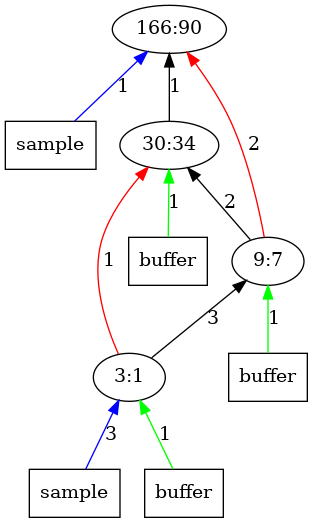
This is outputImages/op90.png.png from AbhikKhan/MTP_IITG, a Graphviz export, as it was before one commit. Its source is kept beside it as outputTrees/op90.dot.
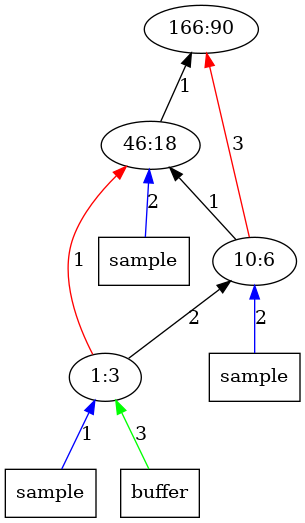
Above is the later version.

What changed in the source:
```diff
@@ -1,22 +1,20 @@
 digraph Tree{
 	rankdir="BT"
-	x11 -> 1 [label = "1", color = "blue"];
-	x11 [label = "sample", shape = "box"];
 	1 [label = "166:90"];
-	x22 -> 2 [label = "1", color = "green"];
-	x22 [label = "buffer", shape = "box"];
 	2 -> 1 [label = "1", color = "black"];
-	2 [label = "30:34"];
-	3 -> 2 [label = "2", color = "black"];
-	3 -> 1 [label = "2", color = "red"];
-	x32 -> 3 [label = "1", color = "green"];
-	x32 [label = "buffer", shape = "box"];
-	3 [label = "9:7"];
-	4 -> 3 [label = "3", color = "black"];
+	x21 -> 2 [label = "2", color = "blue"];
+	x21 [label = "sample", shape = "box"];
+	2 [label = "46:18"];
+	3 -> 2 [label = "1", color = "black"];
+	3 -> 1 [label = "3", color = "red"];
+	x31 -> 3 [label = "2", color = "blue"];
+	x31 [label = "sample", shape = "box"];
+	3 [label = "10:6"];
+	4 -> 3 [label = "2", color = "black"];
 	4 -> 2 [label = "1", color = "red"];
-	x41 -> 4 [label = "3", color = "blue"];
+	x41 -> 4 [label = "1", color = "blue"];
 	x41 [label = "sample", shape = "box"];
-	x42 -> 4 [label = "1", color = "green"];
+	x42 -> 4 [label = "3", color = "green"];
 	x42 [label = "buffer", shape = "box"];
-	4 [label = "3:1"];
+	4 [label = "1:3"];
 }
```
